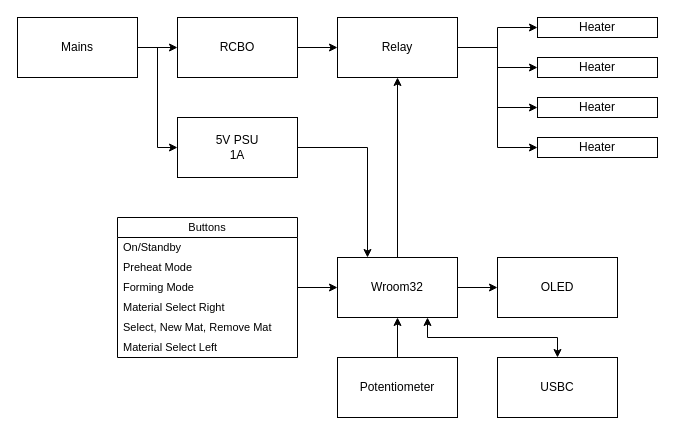
The draw.io diagram page "Electrical" (3 of 3) of Documents/Vacuum Former V5-1.drawio in XCR1793/Vacuum-Former, before the edit. Source tidied: cells renumbered, new cells numbered last; positions are measured from the earlier drawing's top-left corner, leaving out a move shared by most shapes. Both pictures are drawn from the tidied source at 100%, with x=0, y=0 at pixel (17, 17).
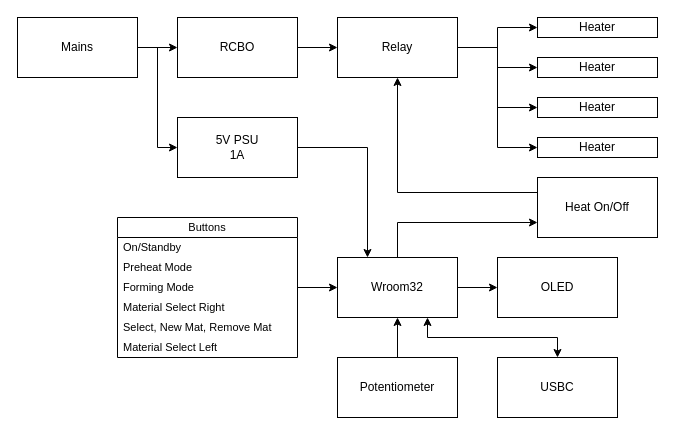
After the change.

Unchanged cells that the change refers to:
```xml
<mxCell id="10" value="Relay" style="rounded=0;whiteSpace=wrap;html=1;" parent="1" vertex="1">
  <mxGeometry x="320" width="120" height="60" as="geometry" />
</mxCell>
<mxCell id="17" value="Wroom32" style="rounded=0;whiteSpace=wrap;html=1;" parent="1" vertex="1">
  <mxGeometry x="320" y="240" width="120" height="60" as="geometry" />
</mxCell>
```

What changed in the source:
```diff
@@
-    <mxCell id="14" style="edgeStyle=orthogonalEdgeStyle;rounded=0;jettySize=auto;html=1;exitX=0.5;exitY=0;exitDx=0;exitDy=0;entryX=0.5;entryY=1;entryDx=0;entryDy=0;" parent="1" edge="1" source="17" target="10">
-      <mxGeometry relative="1" as="geometry" />
-    </mxCell>
@@
+    <mxCell id="34" style="edgeStyle=orthogonalEdgeStyle;rounded=0;jettySize=auto;html=1;exitX=0.5;exitY=0;exitDx=0;exitDy=0;entryX=0;entryY=0.75;entryDx=0;entryDy=0;" parent="1" edge="1" source="17" target="36">
+      <mxGeometry relative="1" as="geometry" />
+    </mxCell>
@@
+    <mxCell id="35" style="edgeStyle=orthogonalEdgeStyle;rounded=0;jettySize=auto;html=1;exitX=0;exitY=0.25;exitDx=0;exitDy=0;entryX=0.5;entryY=1;entryDx=0;entryDy=0;" parent="1" edge="1" source="36" target="10">
+      <mxGeometry relative="1" as="geometry" />
+    </mxCell>
+    <mxCell id="36" value="Heat On/Off" style="rounded=0;whiteSpace=wrap;html=1;" parent="1" vertex="1">
+      <mxGeometry x="520" y="160" width="120" height="60" as="geometry" />
+    </mxCell>
```
